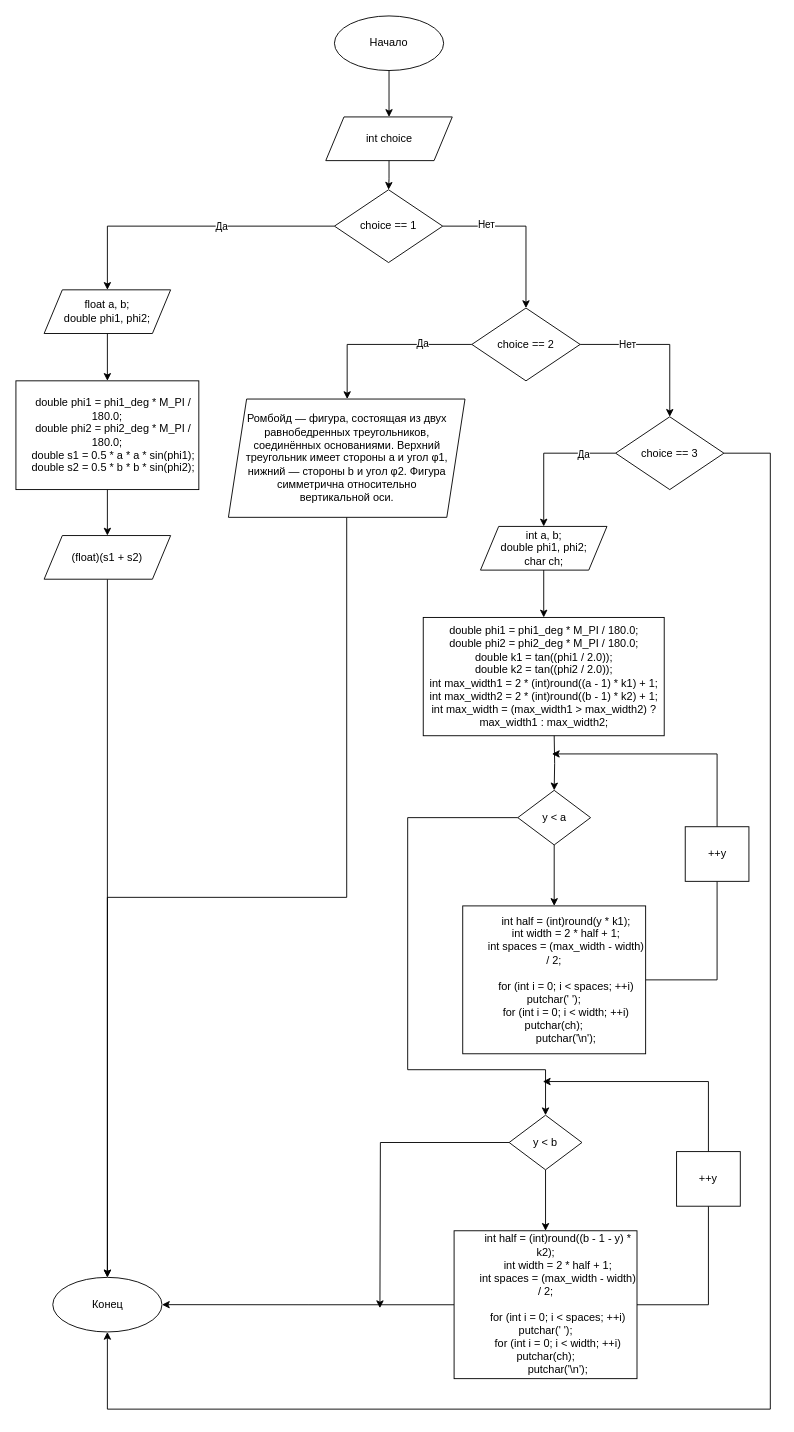
Before: schema.drawio in DragonSov/lab10_homework, a draw.io diagram. Source tidied: cells renumbered, new cells numbered last; positions are measured from the earlier drawing's top-left corner, leaving out a move shared by most shapes. Both pictures are drawn from the tidied source at 91%, with x=0, y=0 at pixel (15, 15).
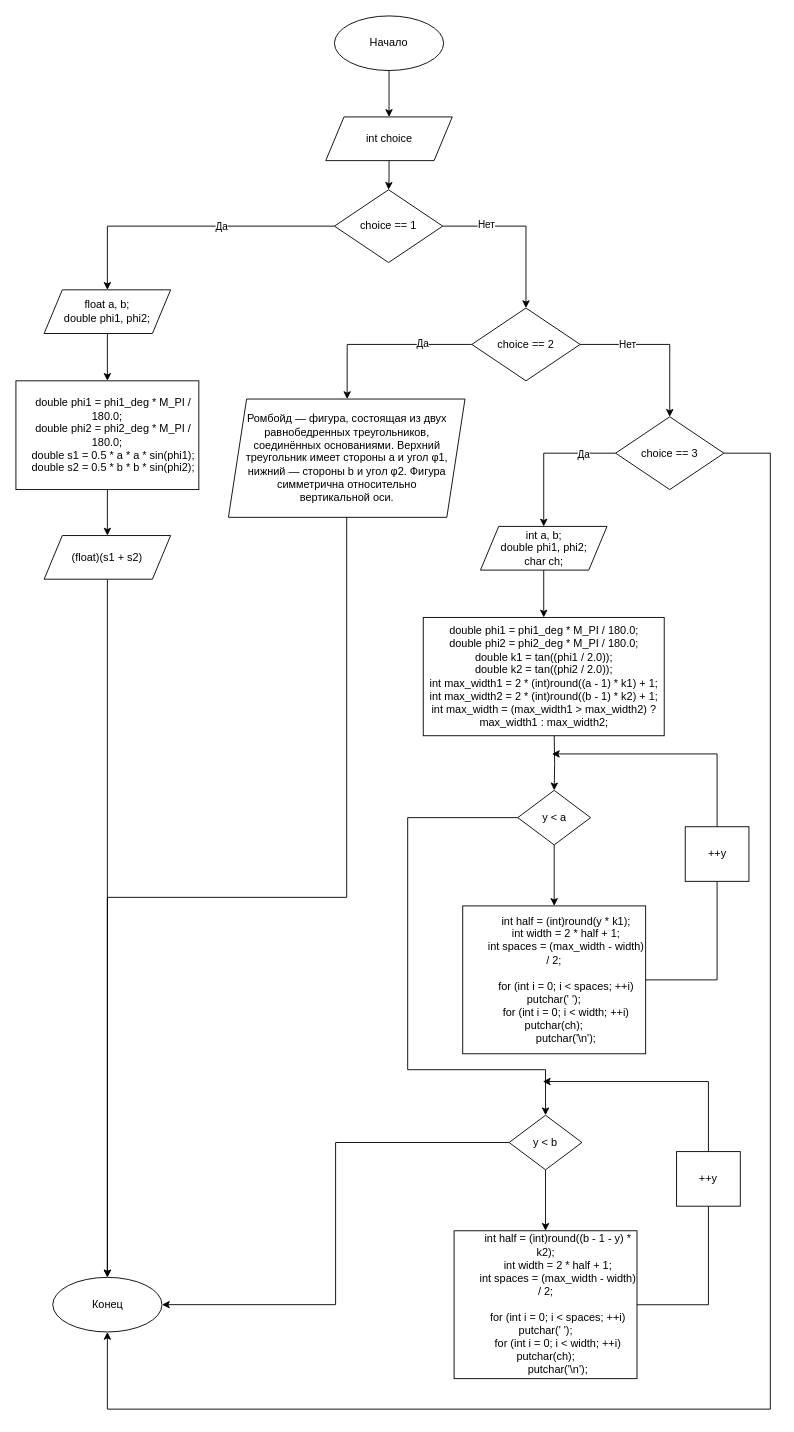
After the change.

The change refers to these unchanged cells:
```xml
<mxCell id="38" value="Конец" style="ellipse;whiteSpace=wrap;html=1;labelBackgroundColor=none;rounded=0;" parent="1" vertex="1">
  <mxGeometry x="40.5" y="1386.2" width="120" height="60" as="geometry" />
</mxCell>
<mxCell id="42" value="y &amp;lt; b" style="rhombus;whiteSpace=wrap;html=1;labelBackgroundColor=none;rounded=0;" parent="1" vertex="1">
  <mxGeometry x="542" y="1208" width="80" height="60" as="geometry" />
</mxCell>
<mxCell id="45" value="&amp;nbsp; &amp;nbsp; &amp;nbsp; &amp;nbsp; int half = (int)round((b - 1 - y) * k2);&lt;br&gt;&amp;nbsp; &amp;nbsp; &amp;nbsp; &amp;nbsp; int width = 2 * half + 1;&lt;br&gt;&amp;nbsp; &amp;nbsp; &amp;nbsp; &amp;nbsp; int spaces = (max_width - width) / 2;&lt;br&gt;&lt;br&gt;&amp;nbsp; &amp;nbsp; &amp;nbsp; &amp;nbsp; for (int i = 0; i &amp;lt; spaces; ++i) putchar(' ');&lt;br&gt;&amp;nbsp; &amp;nbsp; &amp;nbsp; &amp;nbsp; for (int i = 0; i &amp;lt; width; ++i) putchar(ch);&lt;br&gt;&amp;nbsp; &amp;nbsp; &amp;nbsp; &amp;nbsp; putchar('\n');" style="rounded=0;whiteSpace=wrap;html=1;" parent="1" vertex="1">
  <mxGeometry x="481.5" y="1335" width="201" height="162.5" as="geometry" />
</mxCell>
```

What changed in the source:
```diff
@@
-    <mxCell id="41" style="edgeStyle=orthogonalEdgeStyle;rounded=0;jettySize=auto;html=1;" parent="1" edge="1" source="42">
-      <mxGeometry relative="1" as="geometry">
-        <mxPoint x="400" y="1420" as="targetPoint" />
-      </mxGeometry>
+    <mxCell id="41" style="edgeStyle=orthogonalEdgeStyle;rounded=0;jettySize=auto;html=1;entryX=1;entryY=0.5;entryDx=0;entryDy=0;" parent="1" edge="1" source="42" target="38">
+      <mxGeometry relative="1" as="geometry" />
     </mxCell>
@@
-    <mxCell id="43" style="edgeStyle=orthogonalEdgeStyle;rounded=0;jettySize=auto;html=1;" parent="1" edge="1" source="45" target="38">
-      <mxGeometry relative="1" as="geometry" />
-    </mxCell>
```
